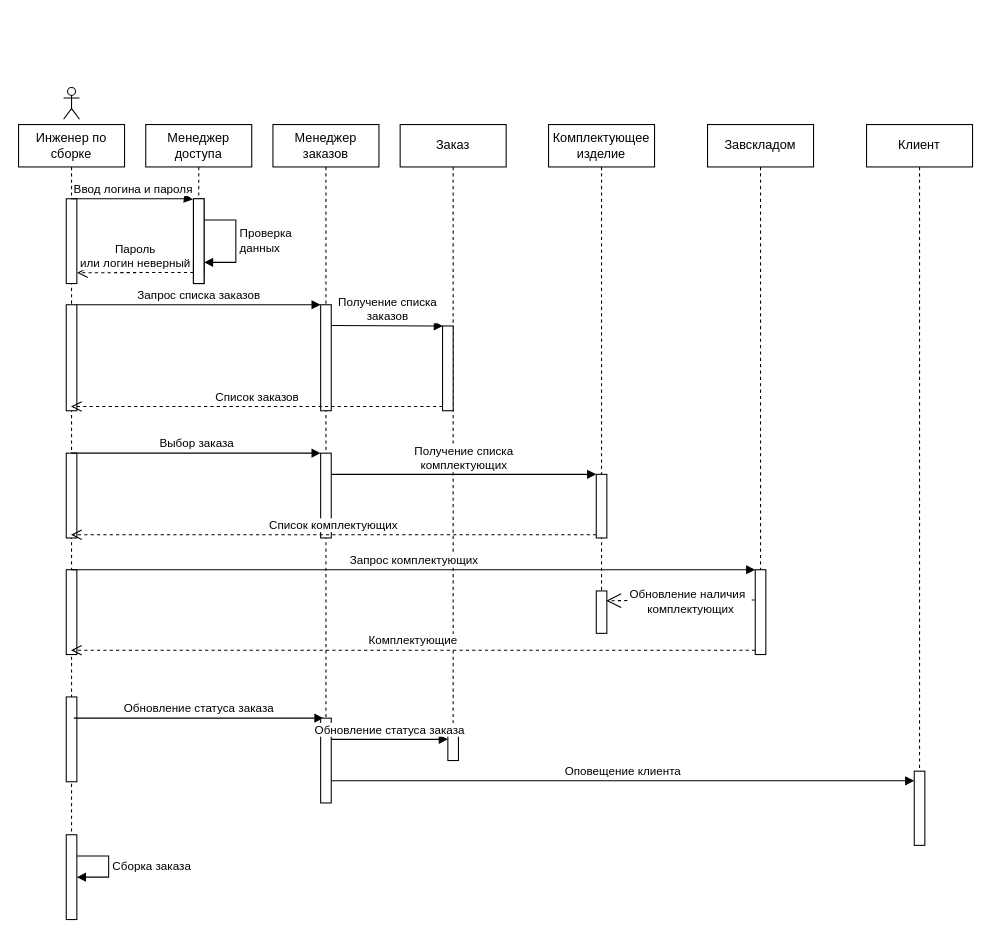
t3nsh111/Sequence- keeps this draw.io diagram as Диаграмма без названия.drawio. Above is the earlier version. Source tidied: cells renumbered, new cells numbered last; positions are measured from the earlier drawing's top-left corner, leaving out a move shared by most shapes. Both pictures are drawn from the tidied source at 106%, with x=0, y=0 at pixel (18, 87).
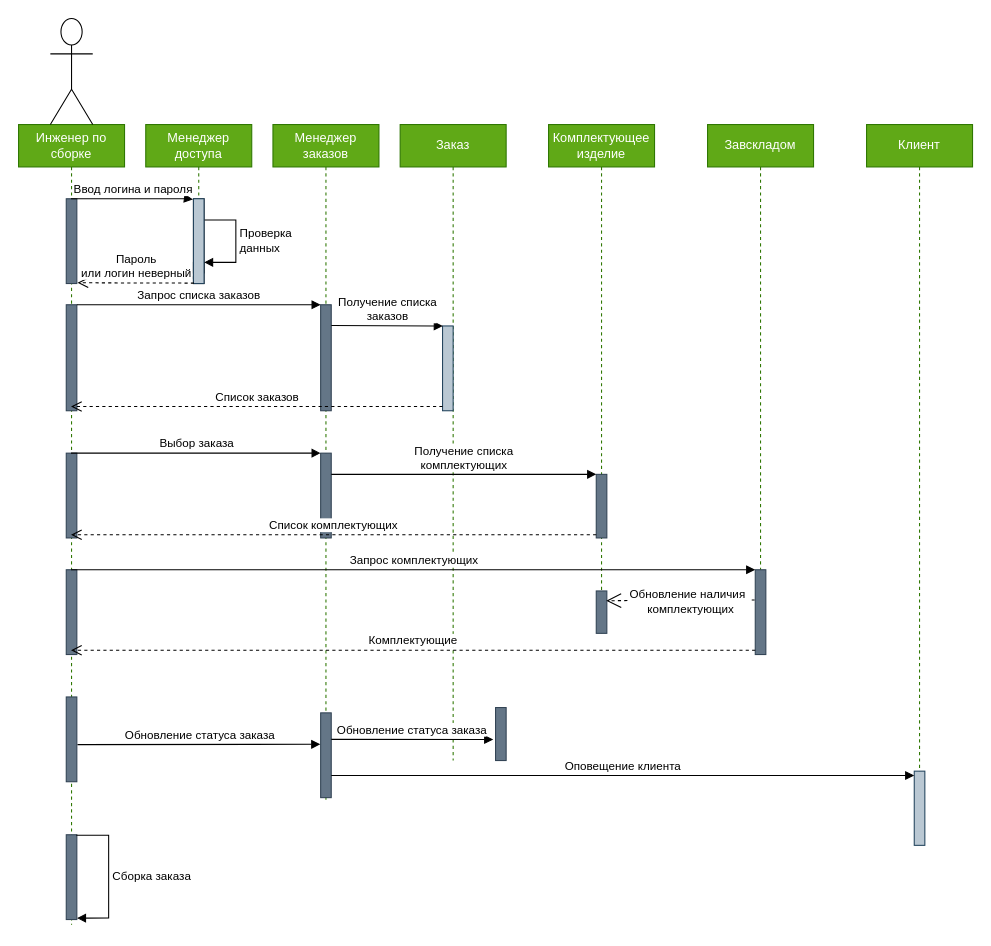
Above is the later version.

Unchanged cells that the change refers to:
```xml
<mxCell id="13" style="html=1;points=[];perimeter=orthogonalPerimeter;" parent="10" vertex="1">
  <mxGeometry x="45" y="130" width="10" height="10" as="geometry" />
</mxCell>
```

Change to the diagram source:
```diff
@@
-    <mxCell id="2" value="Инженер по сборке" style="shape=umlLifeline;perimeter=lifelinePerimeter;whiteSpace=wrap;html=1;outlineConnect=0;" parent="1" vertex="1">
-      <mxGeometry y="35" width="100" height="750" as="geometry" />
+    <mxCell id="2" value="Инженер по сборке" style="shape=umlLifeline;perimeter=lifelinePerimeter;whiteSpace=wrap;html=1;outlineConnect=0;fillColor=#60a917;fontColor=#ffffff;strokeColor=#2D7600;" parent="1" vertex="1">
+      <mxGeometry y="35" width="100" height="755" as="geometry" />
     </mxCell>
-    <mxCell id="3" style="html=1;points=[];perimeter=orthogonalPerimeter;" parent="2" vertex="1">
+    <mxCell id="3" style="html=1;points=[];perimeter=orthogonalPerimeter;fillColor=#647687;fontColor=#ffffff;strokeColor=#314354;" parent="2" vertex="1">
       <mxGeometry x="45" y="70" width="10" height="80" as="geometry" />
     </mxCell>
-    <mxCell id="4" style="html=1;points=[];perimeter=orthogonalPerimeter;" parent="2" vertex="1">
+    <mxCell id="4" style="html=1;points=[];perimeter=orthogonalPerimeter;fillColor=#647687;fontColor=#ffffff;strokeColor=#314354;" parent="2" vertex="1">
       <mxGeometry x="45" y="170" width="10" height="100" as="geometry" />
     </mxCell>
-    <mxCell id="5" style="html=1;points=[];perimeter=orthogonalPerimeter;" parent="2" vertex="1">
+    <mxCell id="5" style="html=1;points=[];perimeter=orthogonalPerimeter;fillColor=#647687;fontColor=#ffffff;strokeColor=#314354;" parent="2" vertex="1">
       <mxGeometry x="45" y="540" width="10" height="80" as="geometry" />
     </mxCell>
-    <mxCell id="6" style="html=1;perimeter=orthogonalPerimeter;" parent="2" vertex="1">
+    <mxCell id="6" style="html=1;perimeter=orthogonalPerimeter;fillColor=#647687;fontColor=#ffffff;strokeColor=#314354;" parent="2" vertex="1">
       <mxGeometry x="45" y="310" width="10" height="80" as="geometry" />
     </mxCell>
-    <mxCell id="7" style="html=1;perimeter=orthogonalPerimeter;" parent="2" vertex="1">
+    <mxCell id="7" style="html=1;perimeter=orthogonalPerimeter;fillColor=#647687;fontColor=#ffffff;strokeColor=#314354;" parent="2" vertex="1">
       <mxGeometry x="45" y="420" width="10" height="80" as="geometry" />
     </mxCell>
-    <mxCell id="8" style="html=1;points=[];perimeter=orthogonalPerimeter;" parent="2" vertex="1">
+    <mxCell id="8" style="html=1;points=[];perimeter=orthogonalPerimeter;fillColor=#647687;fontColor=#ffffff;strokeColor=#314354;" parent="2" vertex="1">
       <mxGeometry x="45" y="670" width="10" height="80" as="geometry" />
     </mxCell>
-    <mxCell id="9" value="Сборка заказа" style="edgeStyle=orthogonalEdgeStyle;html=1;align=left;spacingLeft=2;endArrow=block;rounded=0;entryX=1;entryY=0;" parent="2" edge="1">
+    <mxCell id="9" value="Сборка заказа" style="edgeStyle=orthogonalEdgeStyle;html=1;align=left;spacingLeft=2;endArrow=block;rounded=0;entryX=1.01;entryY=0.983;entryDx=0;entryDy=0;entryPerimeter=0;exitX=0.944;exitY=0.006;exitDx=0;exitDy=0;exitPerimeter=0;" parent="2" edge="1" source="8" target="8">
       <mxGeometry relative="1" as="geometry">
-        <mxPoint x="55" y="690" as="sourcePoint" />
-        <mxPoint x="55" y="710" as="targetPoint" />
         <Array as="points">
-          <mxPoint x="85" y="690" />
+          <mxPoint x="85" y="670" />
+          <mxPoint x="85" y="749" />
         </Array>
       </mxGeometry>
     </mxCell>
-    <mxCell id="10" value="Менеджер доступа" style="shape=umlLifeline;perimeter=lifelinePerimeter;whiteSpace=wrap;html=1;size=40;" parent="1" vertex="1">
+    <mxCell id="10" value="Менеджер доступа" style="shape=umlLifeline;perimeter=lifelinePerimeter;whiteSpace=wrap;html=1;size=40;fillColor=#60a917;fontColor=#ffffff;strokeColor=#2D7600;" parent="1" vertex="1">
       <mxGeometry x="120" y="35" width="100" height="150" as="geometry" />
     </mxCell>
@@
-    <mxCell id="15" style="html=1;points=[];perimeter=orthogonalPerimeter;" parent="10" vertex="1">
+    <mxCell id="15" style="html=1;points=[];perimeter=orthogonalPerimeter;fillColor=#bac8d3;strokeColor=#23445d;" parent="10" vertex="1">
       <mxGeometry x="45" y="70" width="10" height="80" as="geometry" />
     </mxCell>
-    <mxCell id="16" value="Обновление статуса заказа" style="html=1;verticalAlign=bottom;startArrow=none;endArrow=block;startSize=8;rounded=0;startFill=0;" parent="10" edge="1">
-      <mxGeometry relative="1" as="geometry">
-        <mxPoint x="-67.8" y="560" as="sourcePoint" />
-        <mxPoint x="167.7" y="560" as="targetPoint" />
-      </mxGeometry>
-    </mxCell>
-    <mxCell id="17" value="Менеджер заказов" style="shape=umlLifeline;perimeter=lifelinePerimeter;whiteSpace=wrap;html=1;" parent="1" vertex="1">
+    <mxCell id="17" value="Менеджер заказов" style="shape=umlLifeline;perimeter=lifelinePerimeter;whiteSpace=wrap;html=1;fillColor=#60a917;fontColor=#ffffff;strokeColor=#2D7600;" parent="1" vertex="1">
       <mxGeometry x="240" y="35" width="100" height="640" as="geometry" />
     </mxCell>
-    <mxCell id="18" style="html=1;points=[];perimeter=orthogonalPerimeter;" parent="17" vertex="1">
+    <mxCell id="18" style="html=1;points=[];perimeter=orthogonalPerimeter;fillColor=#647687;fontColor=#ffffff;strokeColor=#314354;" parent="17" vertex="1">
       <mxGeometry x="45" y="170" width="10" height="100" as="geometry" />
     </mxCell>
-    <mxCell id="19" style="html=1;points=[];perimeter=orthogonalPerimeter;" parent="17" vertex="1">
+    <mxCell id="19" style="html=1;points=[];perimeter=orthogonalPerimeter;fillColor=#647687;fontColor=#ffffff;strokeColor=#314354;" parent="17" vertex="1">
       <mxGeometry x="45" y="310" width="10" height="80" as="geometry" />
     </mxCell>
-    <mxCell id="20" style="html=1;points=[];perimeter=orthogonalPerimeter;" parent="17" vertex="1">
-      <mxGeometry x="45" y="560" width="10" height="80" as="geometry" />
+    <mxCell id="20" style="html=1;points=[];perimeter=orthogonalPerimeter;fillColor=#647687;fontColor=#ffffff;strokeColor=#314354;" parent="17" vertex="1">
+      <mxGeometry x="45" y="555" width="10" height="80" as="geometry" />
     </mxCell>
@@
-    <mxCell id="22" value="Пароль &lt;br&gt;или логин неверный" style="html=1;verticalAlign=bottom;endArrow=open;dashed=1;endSize=8;exitX=0;exitY=0.95;rounded=0;startArrow=none;entryX=1.019;entryY=0.873;entryDx=0;entryDy=0;entryPerimeter=0;" parent="1" edge="1" source="13" target="3">
+    <mxCell id="22" value="Пароль &lt;br&gt;или логин неверный" style="html=1;verticalAlign=bottom;endArrow=open;dashed=1;endSize=8;exitX=0.056;exitY=0.995;rounded=0;startArrow=none;exitDx=0;exitDy=0;exitPerimeter=0;entryX=1.064;entryY=0.991;entryDx=0;entryDy=0;entryPerimeter=0;" parent="1" edge="1" source="15" target="3">
       <mxGeometry relative="1" as="geometry" />
     </mxCell>
-    <mxCell id="23" value="Заказ" style="shape=umlLifeline;perimeter=lifelinePerimeter;whiteSpace=wrap;html=1;" parent="1" vertex="1">
+    <mxCell id="23" value="Заказ" style="shape=umlLifeline;perimeter=lifelinePerimeter;whiteSpace=wrap;html=1;fillColor=#60a917;fontColor=#ffffff;strokeColor=#2D7600;" parent="1" vertex="1">
       <mxGeometry x="360" y="35" width="100" height="600" as="geometry" />
     </mxCell>
-    <mxCell id="24" style="html=1;points=[];perimeter=orthogonalPerimeter;" parent="23" vertex="1">
+    <mxCell id="24" style="html=1;points=[];perimeter=orthogonalPerimeter;fillColor=#bac8d3;strokeColor=#23445d;" parent="23" vertex="1">
       <mxGeometry x="40" y="190" width="10" height="80" as="geometry" />
     </mxCell>
-    <mxCell id="25" style="html=1;points=[];perimeter=orthogonalPerimeter;" parent="23" vertex="1">
-      <mxGeometry x="45" y="570" width="10" height="30" as="geometry" />
+    <mxCell id="25" style="html=1;points=[];perimeter=orthogonalPerimeter;fillColor=#647687;fontColor=#ffffff;strokeColor=#314354;" parent="23" vertex="1">
+      <mxGeometry x="90" y="550" width="10" height="50" as="geometry" />
     </mxCell>
@@
-    <mxCell id="29" value="Комплектующее&lt;br&gt;изделие" style="shape=umlLifeline;perimeter=lifelinePerimeter;whiteSpace=wrap;html=1;" parent="1" vertex="1">
+    <mxCell id="29" value="Комплектующее&lt;br&gt;изделие" style="shape=umlLifeline;perimeter=lifelinePerimeter;whiteSpace=wrap;html=1;fillColor=#60a917;fontColor=#ffffff;strokeColor=#2D7600;" parent="1" vertex="1">
       <mxGeometry x="500" y="35" width="100" height="480" as="geometry" />
     </mxCell>
-    <mxCell id="30" style="html=1;points=[];perimeter=orthogonalPerimeter;" parent="29" vertex="1">
+    <mxCell id="30" style="html=1;points=[];perimeter=orthogonalPerimeter;fillColor=#647687;fontColor=#ffffff;strokeColor=#314354;" parent="29" vertex="1">
       <mxGeometry x="45" y="330" width="10" height="60" as="geometry" />
     </mxCell>
-    <mxCell id="31" style="html=1;points=[];perimeter=orthogonalPerimeter;" parent="29" vertex="1">
+    <mxCell id="31" style="html=1;points=[];perimeter=orthogonalPerimeter;fillColor=#647687;fontColor=#ffffff;strokeColor=#314354;" parent="29" vertex="1">
       <mxGeometry x="45" y="440" width="10" height="40" as="geometry" />
     </mxCell>
@@
-    <mxCell id="35" value="Завскладом" style="shape=umlLifeline;perimeter=lifelinePerimeter;whiteSpace=wrap;html=1;" parent="1" vertex="1">
+    <mxCell id="35" value="Завскладом" style="shape=umlLifeline;perimeter=lifelinePerimeter;whiteSpace=wrap;html=1;fillColor=#60a917;fontColor=#ffffff;strokeColor=#2D7600;" parent="1" vertex="1">
       <mxGeometry x="650" y="35" width="100" height="500" as="geometry" />
     </mxCell>
-    <mxCell id="36" style="html=1;points=[];perimeter=orthogonalPerimeter;" parent="35" vertex="1">
+    <mxCell id="36" style="html=1;points=[];perimeter=orthogonalPerimeter;fillColor=#647687;fontColor=#ffffff;strokeColor=#314354;" parent="35" vertex="1">
       <mxGeometry x="45" y="420" width="10" height="80" as="geometry" />
     </mxCell>
@@
-    <mxCell id="39" value="Клиент" style="shape=umlLifeline;perimeter=lifelinePerimeter;whiteSpace=wrap;html=1;" parent="1" vertex="1">
+    <mxCell id="39" value="Клиент" style="shape=umlLifeline;perimeter=lifelinePerimeter;whiteSpace=wrap;html=1;fillColor=#60a917;fontColor=#ffffff;strokeColor=#2D7600;" parent="1" vertex="1">
       <mxGeometry x="800" y="35" width="100" height="680" as="geometry" />
     </mxCell>
-    <mxCell id="40" style="html=1;points=[];perimeter=orthogonalPerimeter;" parent="39" vertex="1">
+    <mxCell id="40" style="html=1;points=[];perimeter=orthogonalPerimeter;fillColor=#bac8d3;strokeColor=#23445d;" parent="39" vertex="1">
       <mxGeometry x="45" y="610" width="10" height="70" as="geometry" />
     </mxCell>
@@
     <mxCell id="42" style="shape=umlActor;verticalLabelPosition=bottom;verticalAlign=top;html=1;" parent="1" vertex="1">
-      <mxGeometry x="42.5" width="15" height="30" as="geometry" />
+      <mxGeometry x="30" y="-65" width="40" height="100" as="geometry" />
     </mxCell>
-    <mxCell id="43" value="Обновление статуса заказа" style="html=1;verticalAlign=bottom;startArrow=none;endArrow=block;startSize=8;rounded=0;startFill=0;" parent="1" edge="1">
+    <mxCell id="43" value="Обновление статуса заказа" style="html=1;verticalAlign=bottom;startArrow=none;endArrow=block;startSize=8;rounded=0;startFill=0;entryX=-0.217;entryY=0.604;entryDx=0;entryDy=0;entryPerimeter=0;" parent="1" edge="1" target="25">
       <mxGeometry relative="1" as="geometry">
         <mxPoint x="295" y="615" as="sourcePoint" />
-        <mxPoint x="405" y="615" as="targetPoint" />
       </mxGeometry>
     </mxCell>
@@
+    <mxCell id="16" value="Обновление статуса заказа" style="html=1;verticalAlign=bottom;startArrow=none;endArrow=block;startSize=8;rounded=0;startFill=0;entryX=-0.033;entryY=0.371;entryDx=0;entryDy=0;entryPerimeter=0;exitX=1.061;exitY=0.562;exitDx=0;exitDy=0;exitPerimeter=0;" parent="1" edge="1" source="5" target="20">
+      <mxGeometry relative="1" as="geometry" />
+    </mxCell>
```
